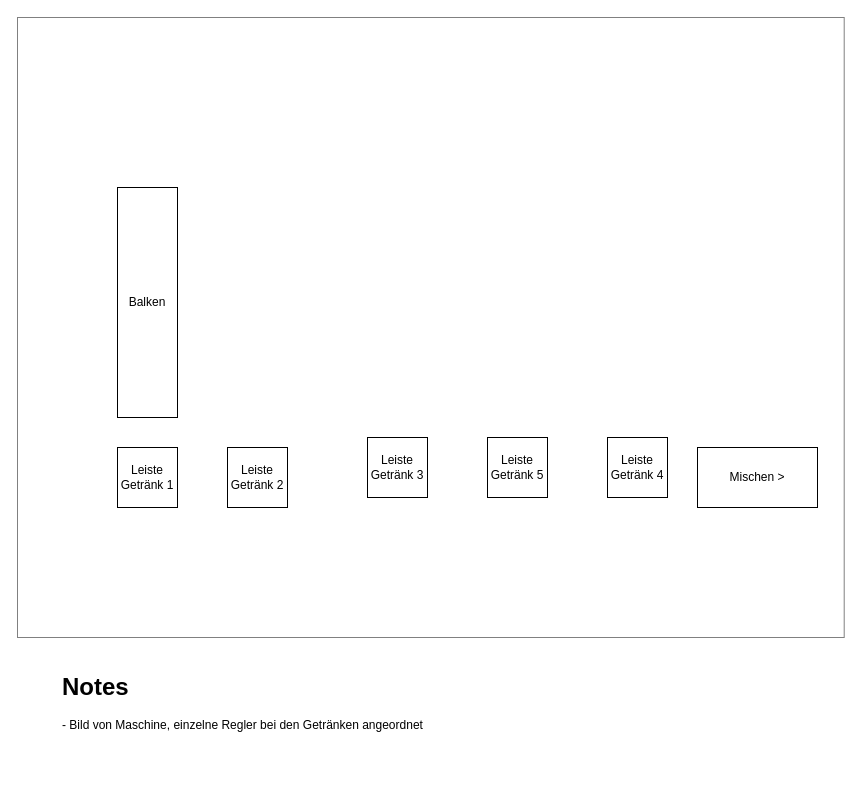
Before: page "(cf) Mischverhältnis Layout" (3 of 5) of documentation/Sourcecode + System/Programmablauf/Programmablauf.drawio in zauberwild/PaAmEsTiA, a draw.io diagram. Source tidied: cells renumbered, new cells numbered last; positions are measured from the earlier drawing's top-left corner, leaving out a move shared by most shapes. Both pictures are drawn from the tidied source at 100%, with x=0, y=0 at pixel (17, 17).
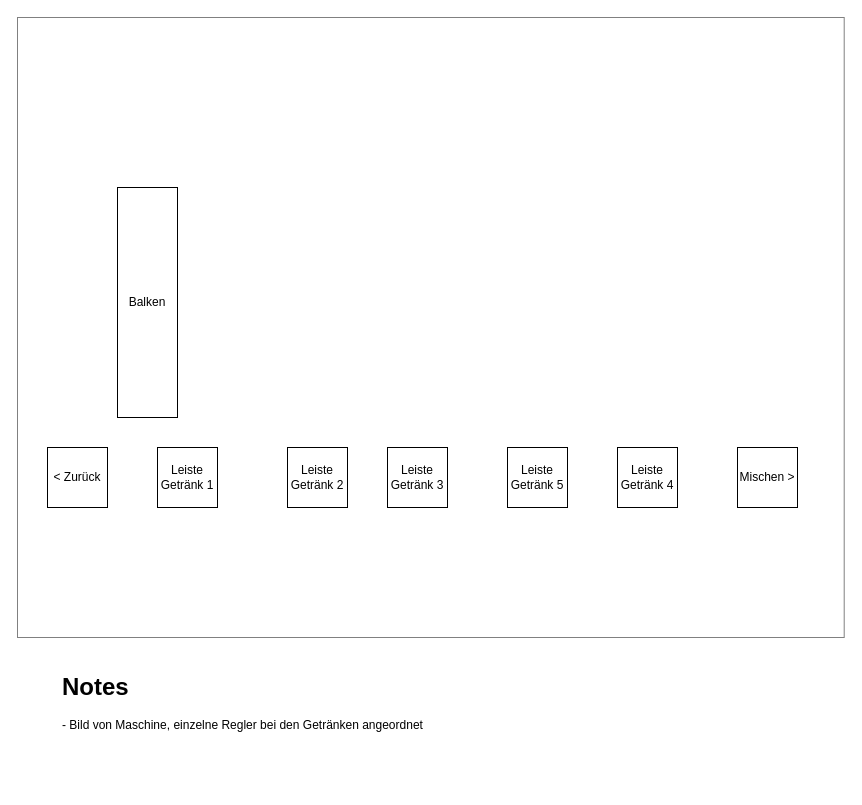
The same page after the edit.

Diff of the diagram source:
```diff
@@
 <mxGraphModel>
   <root>
     <mxCell id="0" />
     <mxCell id="1" parent="0" />
     <mxCell id="2" style="rounded=0;whiteSpace=wrap;html=1;shadow=0;strokeColor=#808080;fillColor=none;" parent="1" vertex="1">
       <mxGeometry width="826.7" height="620" as="geometry" />
     </mxCell>
     <mxCell id="3" value="&lt;h1&gt;Notes&lt;/h1&gt;&lt;div&gt;- Bild von Maschine, einzelne Regler bei den Getränken angeordnet&lt;/div&gt;" style="text;html=1;strokeColor=none;fillColor=none;spacing=5;spacingTop=-20;whiteSpace=wrap;overflow=hidden;rounded=0;shadow=0;" parent="1" vertex="1">
       <mxGeometry x="40" y="650" width="690" height="120" as="geometry" />
     </mxCell>
     <mxCell id="4" value="Leiste Getränk 1" style="rounded=0;whiteSpace=wrap;html=1;" parent="1" vertex="1">
-      <mxGeometry x="100" y="430" width="60" height="60" as="geometry" />
+      <mxGeometry x="140" y="430" width="60" height="60" as="geometry" />
     </mxCell>
     <mxCell id="5" value="Leiste Getränk 2" style="rounded=0;whiteSpace=wrap;html=1;" parent="1" vertex="1">
-      <mxGeometry x="210" y="430" width="60" height="60" as="geometry" />
+      <mxGeometry x="270" y="430" width="60" height="60" as="geometry" />
     </mxCell>
     <mxCell id="6" value="Leiste Getränk 3" style="rounded=0;whiteSpace=wrap;html=1;" parent="1" vertex="1">
-      <mxGeometry x="350" y="420" width="60" height="60" as="geometry" />
+      <mxGeometry x="370" y="430" width="60" height="60" as="geometry" />
     </mxCell>
     <mxCell id="7" value="Leiste Getränk 4" style="rounded=0;whiteSpace=wrap;html=1;" parent="1" vertex="1">
-      <mxGeometry x="590" y="420" width="60" height="60" as="geometry" />
+      <mxGeometry x="600" y="430" width="60" height="60" as="geometry" />
     </mxCell>
     <mxCell id="8" value="Leiste Getränk 5" style="rounded=0;whiteSpace=wrap;html=1;" parent="1" vertex="1">
-      <mxGeometry x="470" y="420" width="60" height="60" as="geometry" />
+      <mxGeometry x="490" y="430" width="60" height="60" as="geometry" />
     </mxCell>
     <mxCell id="9" value="Balken" style="rounded=0;whiteSpace=wrap;html=1;" parent="1" vertex="1">
       <mxGeometry x="100" y="170" width="60" height="230" as="geometry" />
     </mxCell>
     <mxCell id="10" value="Mischen &amp;gt;" style="rounded=0;whiteSpace=wrap;html=1;" parent="1" vertex="1">
-      <mxGeometry x="680" y="430" width="120" height="60" as="geometry" />
+      <mxGeometry x="720" y="430" width="60" height="60" as="geometry" />
     </mxCell>
+    <mxCell id="11" value="&amp;lt; Zurück&lt;br&gt;" style="rounded=0;whiteSpace=wrap;html=1;" parent="1" vertex="1">
+      <mxGeometry x="30" y="430" width="60" height="60" as="geometry" />
+    </mxCell>
   </root>
 </mxGraphModel>
```
